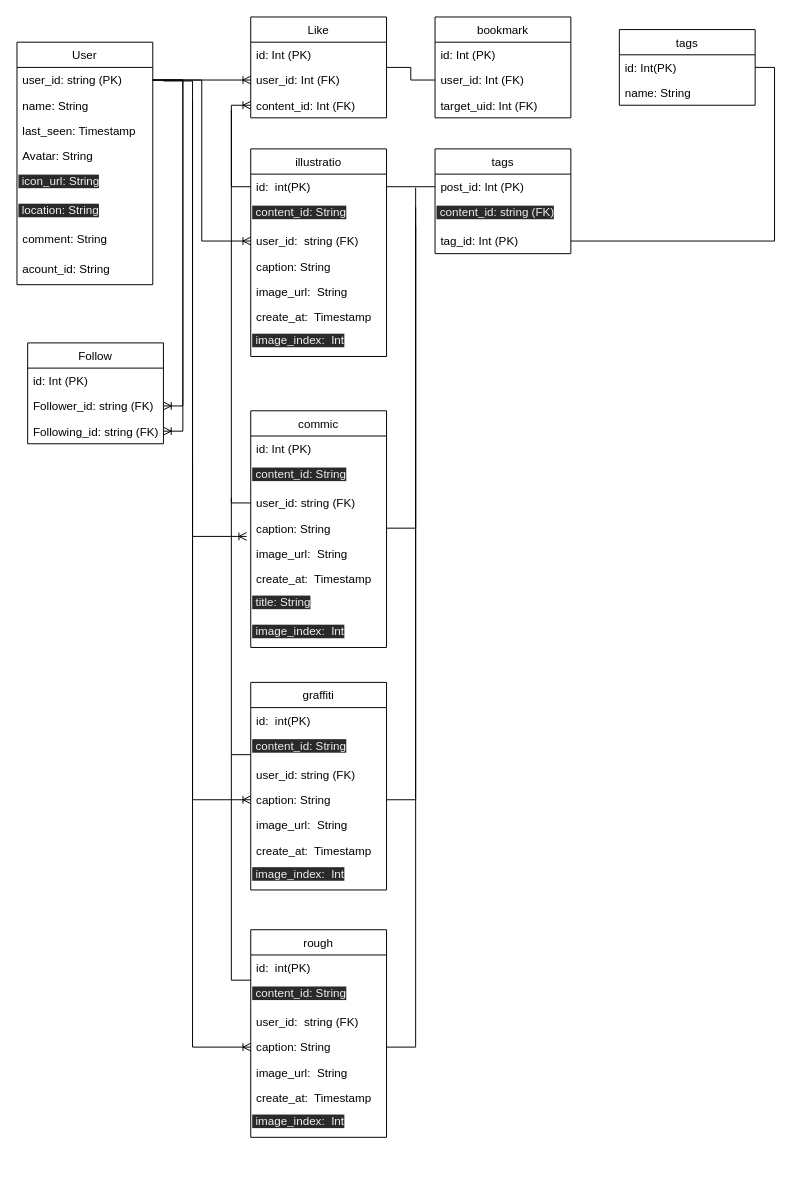
Before: er.drawio in uechan9220/Shalust, a draw.io diagram. Source tidied: cells renumbered, new cells numbered last; positions are measured from the earlier drawing's top-left corner, leaving out a move shared by most shapes. Both pictures are drawn from the tidied source at 97%, with x=0, y=0 at pixel (16, 16).
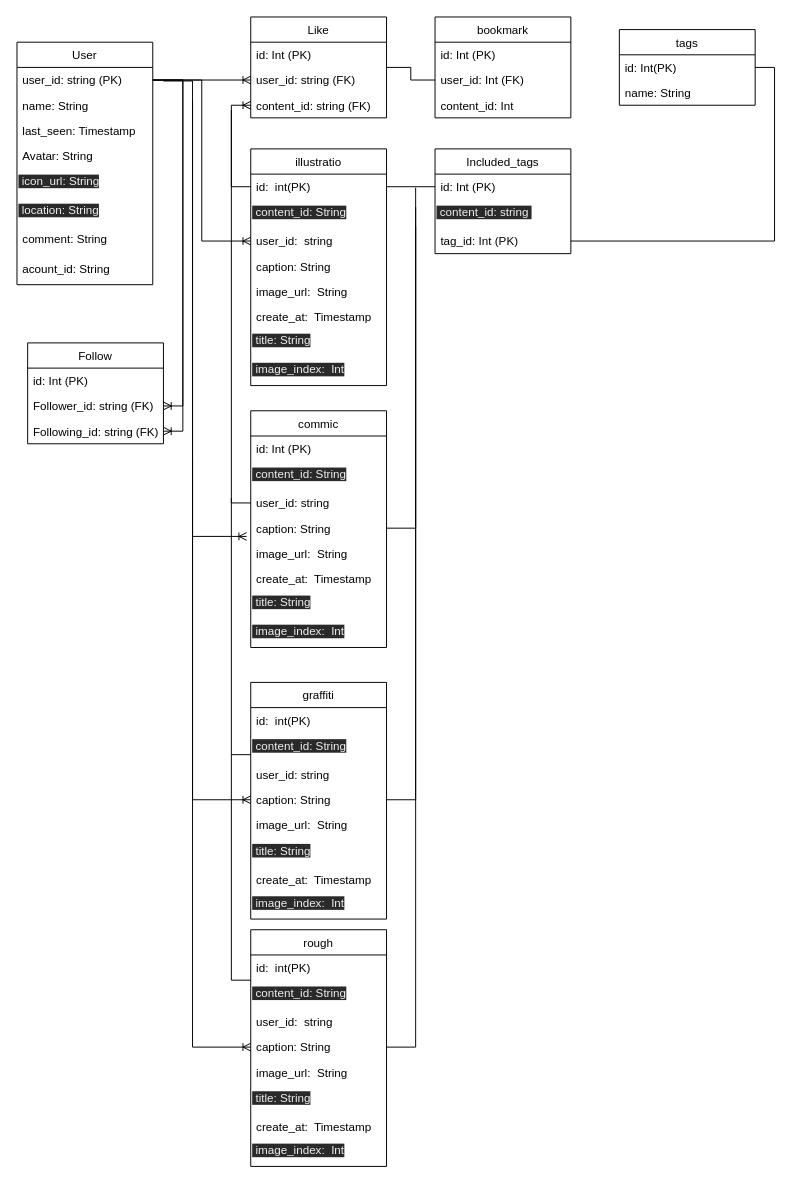
After the change.

Unchanged cells that the change refers to:
```xml
<mxCell id="7" value="Like" style="swimlane;fontStyle=0;horizontal=1;startSize=26;fillColor=none;" parent="1" vertex="1">
  <mxGeometry x="241" width="140" height="104" as="geometry" />
</mxCell>
<mxCell id="33" value="commic" style="swimlane;fontStyle=0;horizontal=1;startSize=26;fillColor=none;" parent="1" vertex="1">
  <mxGeometry x="241" y="406" width="140" height="244" as="geometry" />
</mxCell>
<mxCell id="45" value="bookmark" style="swimlane;fontStyle=0;horizontal=1;startSize=26;fillColor=none;" parent="1" vertex="1">
  <mxGeometry x="431" width="140" height="104" as="geometry" />
</mxCell>
```

What changed in the source:
```diff
@@
-    <mxCell id="9" value="user_id: Int (FK)" style="text;strokeColor=none;fillColor=none;align=left;verticalAlign=top;spacingLeft=4;spacingRight=4;overflow=hidden;points=[[0,0.5],[1,0.5]];portConstraint=eastwest;" parent="7" vertex="1">
+    <mxCell id="9" value="user_id: string (FK)" style="text;strokeColor=none;fillColor=none;align=left;verticalAlign=top;spacingLeft=4;spacingRight=4;overflow=hidden;points=[[0,0.5],[1,0.5]];portConstraint=eastwest;" parent="7" vertex="1">
       <mxGeometry y="52" width="140" height="26" as="geometry" />
     </mxCell>
-    <mxCell id="10" value="content_id: Int (FK)" style="text;strokeColor=none;fillColor=none;align=left;verticalAlign=top;spacingLeft=4;spacingRight=4;overflow=hidden;points=[[0,0.5],[1,0.5]];portConstraint=eastwest;" parent="7" vertex="1">
+    <mxCell id="10" value="content_id: string (FK)" style="text;strokeColor=none;fillColor=none;align=left;verticalAlign=top;spacingLeft=4;spacingRight=4;overflow=hidden;points=[[0,0.5],[1,0.5]];portConstraint=eastwest;" parent="7" vertex="1">
       <mxGeometry y="78" width="140" height="26" as="geometry" />
     </mxCell>
@@
     <mxCell id="25" value="illustratio" style="swimlane;fontStyle=0;horizontal=1;startSize=26;fillColor=none;" parent="1" vertex="1">
-      <mxGeometry x="241" y="136" width="140" height="214" as="geometry" />
+      <mxGeometry x="241" y="136" width="140" height="244" as="geometry" />
     </mxCell>
@@
-    <mxCell id="28" value="user_id:  string (FK)" style="text;strokeColor=none;fillColor=none;align=left;verticalAlign=top;spacingLeft=4;spacingRight=4;overflow=hidden;points=[[0,0.5],[1,0.5]];portConstraint=eastwest;" parent="25" vertex="1">
+    <mxCell id="28" value="user_id:  string " style="text;strokeColor=none;fillColor=none;align=left;verticalAlign=top;spacingLeft=4;spacingRight=4;overflow=hidden;points=[[0,0.5],[1,0.5]];portConstraint=eastwest;" parent="25" vertex="1">
       <mxGeometry y="82" width="140" height="26" as="geometry" />
     </mxCell>
@@
+    <mxCell id="80" value="&lt;span style=&quot;color: rgb(240, 240, 240); font-family: helvetica; font-size: 12px; font-style: normal; font-variant-ligatures: normal; font-variant-caps: normal; font-weight: 400; letter-spacing: normal; orphans: 2; text-align: left; text-indent: 0px; text-transform: none; widows: 2; word-spacing: 0px; -webkit-text-stroke-width: 0px; background-color: rgb(42, 42, 42); text-decoration-style: initial; text-decoration-color: initial; float: none; display: inline !important;&quot;&gt;&amp;nbsp;title: String&lt;/span&gt;" style="text;whiteSpace=wrap;html=1;" parent="25" vertex="1">
+      <mxGeometry y="184" width="140" height="30" as="geometry" />
+    </mxCell>
     <mxCell id="32" value="&lt;span style=&quot;color: rgb(240, 240, 240); font-family: helvetica; font-size: 12px; font-style: normal; font-variant-ligatures: normal; font-variant-caps: normal; font-weight: 400; letter-spacing: normal; orphans: 2; text-align: left; text-indent: 0px; text-transform: none; widows: 2; word-spacing: 0px; -webkit-text-stroke-width: 0px; background-color: rgb(42, 42, 42); text-decoration-style: initial; text-decoration-color: initial; float: none; display: inline !important;&quot;&gt;&amp;nbsp;image_index:&amp;nbsp; Int&lt;/span&gt;" style="text;whiteSpace=wrap;html=1;" parent="25" vertex="1">
-      <mxGeometry y="184" width="140" height="30" as="geometry" />
+      <mxGeometry y="214" width="140" height="30" as="geometry" />
     </mxCell>
@@
-    <mxCell id="36" value="user_id: string (FK)" style="text;strokeColor=none;fillColor=none;align=left;verticalAlign=top;spacingLeft=4;spacingRight=4;overflow=hidden;points=[[0,0.5],[1,0.5]];portConstraint=eastwest;" parent="33" vertex="1">
+    <mxCell id="36" value="user_id: string " style="text;strokeColor=none;fillColor=none;align=left;verticalAlign=top;spacingLeft=4;spacingRight=4;overflow=hidden;points=[[0,0.5],[1,0.5]];portConstraint=eastwest;" parent="33" vertex="1">
       <mxGeometry y="82" width="140" height="26" as="geometry" />
     </mxCell>
@@
-    <mxCell id="48" value="target_uid: Int (FK)" style="text;strokeColor=none;fillColor=none;align=left;verticalAlign=top;spacingLeft=4;spacingRight=4;overflow=hidden;" parent="45" vertex="1">
+    <mxCell id="48" value="content_id: Int " style="text;strokeColor=none;fillColor=none;align=left;verticalAlign=top;spacingLeft=4;spacingRight=4;overflow=hidden;" parent="45" vertex="1">
       <mxGeometry y="78" width="140" height="26" as="geometry" />
     </mxCell>
     <mxCell id="49" value="graffiti" style="swimlane;fontStyle=0;horizontal=1;startSize=26;fillColor=none;" parent="1" vertex="1">
-      <mxGeometry x="241" y="686" width="140" height="214" as="geometry" />
+      <mxGeometry x="241" y="686" width="140" height="244" as="geometry" />
     </mxCell>
@@
-    <mxCell id="52" value="user_id: string (FK)" style="text;strokeColor=none;fillColor=none;align=left;verticalAlign=top;spacingLeft=4;spacingRight=4;overflow=hidden;" parent="49" vertex="1">
+    <mxCell id="52" value="user_id: string " style="text;strokeColor=none;fillColor=none;align=left;verticalAlign=top;spacingLeft=4;spacingRight=4;overflow=hidden;" parent="49" vertex="1">
       <mxGeometry y="82" width="140" height="26" as="geometry" />
     </mxCell>
@@
+    <mxCell id="81" value="&lt;span style=&quot;color: rgb(240, 240, 240); font-family: helvetica; font-size: 12px; font-style: normal; font-variant-ligatures: normal; font-variant-caps: normal; font-weight: 400; letter-spacing: normal; orphans: 2; text-align: left; text-indent: 0px; text-transform: none; widows: 2; word-spacing: 0px; -webkit-text-stroke-width: 0px; background-color: rgb(42, 42, 42); text-decoration-style: initial; text-decoration-color: initial; float: none; display: inline !important;&quot;&gt;&amp;nbsp;title: String&lt;/span&gt;" style="text;whiteSpace=wrap;html=1;" parent="49" vertex="1">
+      <mxGeometry y="160" width="140" height="30" as="geometry" />
+    </mxCell>
     <mxCell id="55" value="create_at:  Timestamp" style="text;strokeColor=none;fillColor=none;align=left;verticalAlign=top;spacingLeft=4;spacingRight=4;overflow=hidden;" parent="49" vertex="1">
-      <mxGeometry y="160" width="140" height="24" as="geometry" />
+      <mxGeometry y="190" width="140" height="24" as="geometry" />
     </mxCell>
     <mxCell id="56" value="&lt;span style=&quot;color: rgb(240, 240, 240); font-family: helvetica; font-size: 12px; font-style: normal; font-variant-ligatures: normal; font-variant-caps: normal; font-weight: 400; letter-spacing: normal; orphans: 2; text-align: left; text-indent: 0px; text-transform: none; widows: 2; word-spacing: 0px; -webkit-text-stroke-width: 0px; background-color: rgb(42, 42, 42); text-decoration-style: initial; text-decoration-color: initial; float: none; display: inline !important;&quot;&gt;&amp;nbsp;image_index:&amp;nbsp; Int&lt;/span&gt;" style="text;whiteSpace=wrap;html=1;" parent="49" vertex="1">
-      <mxGeometry y="184" width="140" height="30" as="geometry" />
+      <mxGeometry y="214" width="140" height="30" as="geometry" />
     </mxCell>
-    <mxCell id="57" value="tags" style="swimlane;fontStyle=0;horizontal=1;startSize=26;fillColor=none;" parent="1" vertex="1">
+    <mxCell id="57" value="Included_tags" style="swimlane;fontStyle=0;horizontal=1;startSize=26;fillColor=none;" parent="1" vertex="1">
       <mxGeometry x="431" y="136" width="140" height="108" as="geometry" />
     </mxCell>
-    <mxCell id="58" value="post_id: Int (PK)" style="text;strokeColor=none;fillColor=none;align=left;verticalAlign=top;spacingLeft=4;spacingRight=4;overflow=hidden;points=[[0,0.5],[1,0.5]];portConstraint=eastwest;" parent="57" vertex="1">
+    <mxCell id="58" value="id: Int (PK)" style="text;strokeColor=none;fillColor=none;align=left;verticalAlign=top;spacingLeft=4;spacingRight=4;overflow=hidden;points=[[0,0.5],[1,0.5]];portConstraint=eastwest;" parent="57" vertex="1">
       <mxGeometry y="26" width="140" height="26" as="geometry" />
     </mxCell>
-    <mxCell id="59" value="&lt;span style=&quot;color: rgb(240 , 240 , 240) ; font-family: &amp;#34;helvetica&amp;#34; ; font-size: 12px ; font-style: normal ; font-weight: 400 ; letter-spacing: normal ; text-align: left ; text-indent: 0px ; text-transform: none ; word-spacing: 0px ; background-color: rgb(42 , 42 , 42) ; float: none ; display: inline&quot;&gt;&amp;nbsp;content_id: string (FK)&lt;/span&gt;" style="text;whiteSpace=wrap;html=1;" parent="57" vertex="1">
+    <mxCell id="59" value="&lt;span style=&quot;color: rgb(240 , 240 , 240) ; font-family: &amp;#34;helvetica&amp;#34; ; font-size: 12px ; font-style: normal ; font-weight: 400 ; letter-spacing: normal ; text-align: left ; text-indent: 0px ; text-transform: none ; word-spacing: 0px ; background-color: rgb(42 , 42 , 42) ; float: none ; display: inline&quot;&gt;&amp;nbsp;content_id: string&amp;nbsp;&lt;/span&gt;" style="text;whiteSpace=wrap;html=1;" parent="57" vertex="1">
       <mxGeometry y="52" width="140" height="30" as="geometry" />
     </mxCell>
@@
     <mxCell id="65" value="rough" style="swimlane;fontStyle=0;horizontal=1;startSize=26;fillColor=none;" parent="1" vertex="1">
-      <mxGeometry x="241" y="941" width="140" height="214" as="geometry" />
+      <mxGeometry x="241" y="941" width="140" height="244" as="geometry" />
     </mxCell>
@@
-    <mxCell id="68" value="user_id:  string (FK)" style="text;strokeColor=none;fillColor=none;align=left;verticalAlign=top;spacingLeft=4;spacingRight=4;overflow=hidden;" parent="65" vertex="1">
+    <mxCell id="68" value="user_id:  string &#10;" style="text;strokeColor=none;fillColor=none;align=left;verticalAlign=top;spacingLeft=4;spacingRight=4;overflow=hidden;" parent="65" vertex="1">
       <mxGeometry y="82" width="140" height="26" as="geometry" />
     </mxCell>
@@
+    <mxCell id="82" value="&lt;span style=&quot;color: rgb(240, 240, 240); font-family: helvetica; font-size: 12px; font-style: normal; font-variant-ligatures: normal; font-variant-caps: normal; font-weight: 400; letter-spacing: normal; orphans: 2; text-align: left; text-indent: 0px; text-transform: none; widows: 2; word-spacing: 0px; -webkit-text-stroke-width: 0px; background-color: rgb(42, 42, 42); text-decoration-style: initial; text-decoration-color: initial; float: none; display: inline !important;&quot;&gt;&amp;nbsp;title: String&lt;/span&gt;" style="text;whiteSpace=wrap;html=1;" parent="65" vertex="1">
+      <mxGeometry y="160" width="140" height="30" as="geometry" />
+    </mxCell>
     <mxCell id="71" value="create_at:  Timestamp" style="text;strokeColor=none;fillColor=none;align=left;verticalAlign=top;spacingLeft=4;spacingRight=4;overflow=hidden;" parent="65" vertex="1">
-      <mxGeometry y="160" width="140" height="24" as="geometry" />
+      <mxGeometry y="190" width="140" height="24" as="geometry" />
     </mxCell>
     <mxCell id="72" value="&lt;span style=&quot;color: rgb(240, 240, 240); font-family: helvetica; font-size: 12px; font-style: normal; font-variant-ligatures: normal; font-variant-caps: normal; font-weight: 400; letter-spacing: normal; orphans: 2; text-align: left; text-indent: 0px; text-transform: none; widows: 2; word-spacing: 0px; -webkit-text-stroke-width: 0px; background-color: rgb(42, 42, 42); text-decoration-style: initial; text-decoration-color: initial; float: none; display: inline !important;&quot;&gt;&amp;nbsp;image_index:&amp;nbsp; Int&lt;/span&gt;" style="text;whiteSpace=wrap;html=1;" parent="65" vertex="1">
-      <mxGeometry y="184" width="140" height="30" as="geometry" />
+      <mxGeometry y="214" width="140" height="30" as="geometry" />
     </mxCell>
```
